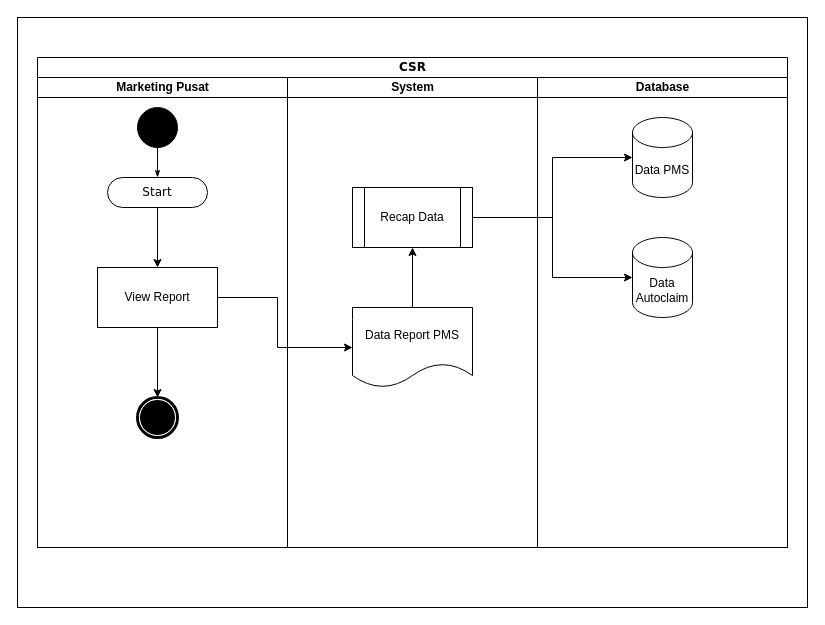
This is Diagram/Flow Process - CSR Improve.drawio from muhamadfarkhan/system-analyst, a draw.io file, before an edit. Source tidied: cells renumbered, new cells numbered last; positions are measured from the earlier drawing's top-left corner, leaving out a move shared by most shapes. Both pictures are drawn from the tidied source at 100%, with x=0, y=0 at pixel (17, 17).
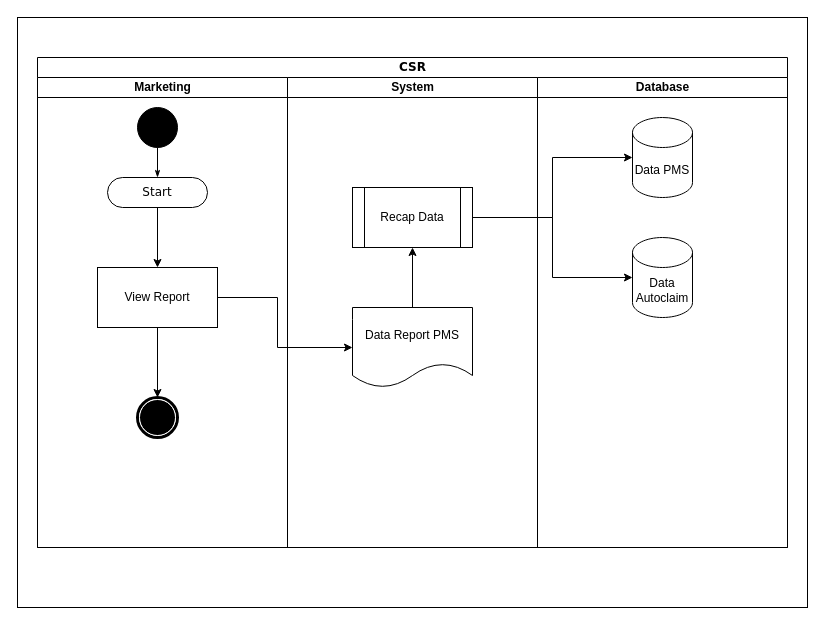
The same page after the edit.

The change refers to these unchanged cells:
```xml
<mxCell id="3" value="CSR" style="swimlane;html=1;startSize=20;rounded=0;shadow=0;comic=0;labelBackgroundColor=none;strokeWidth=1;fontFamily=Verdana;fontSize=12;align=center;" parent="1" vertex="1">
  <mxGeometry x="20" y="40" width="750" height="490" as="geometry" />
</mxCell>
```

What changed in the source:
```diff
@@
-    <mxCell id="4" value="Marketing Pusat" style="swimlane;html=1;startSize=20;" parent="3" vertex="1">
+    <mxCell id="4" value="Marketing" style="swimlane;html=1;startSize=20;" parent="3" vertex="1">
       <mxGeometry y="20" width="250" height="470" as="geometry" />
     </mxCell>
```
